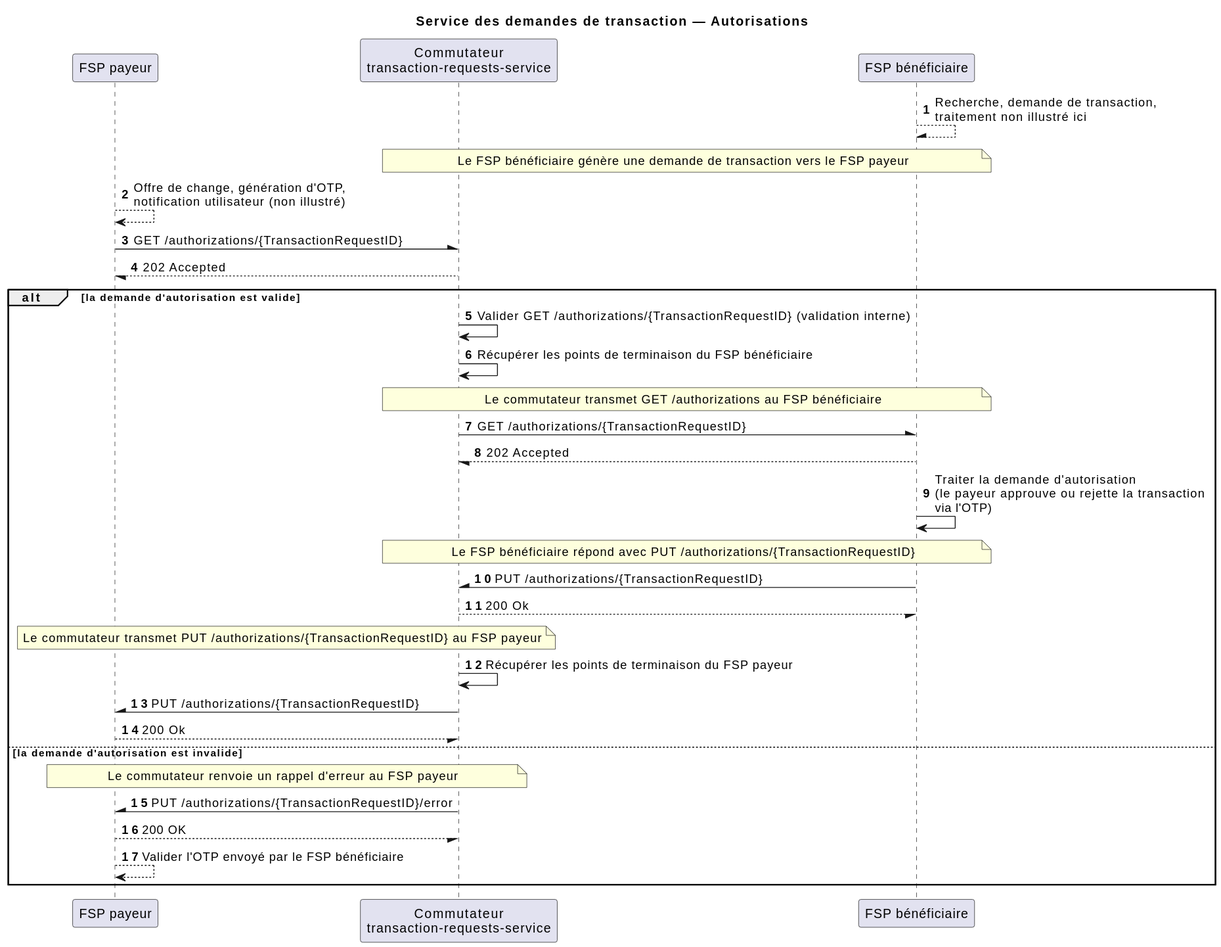
This is docs/fr/technical/technical/transaction-requests-service/assets/diagrams/sequence/seq-trx-req-authorizations-3.0.0.svg from mojaloop/documentation, a PlantUML export, as it was before one commit. Its source is kept beside it as docs/fr/technical/technical/transaction-requests-service/assets/diagrams/sequence/seq-trx-req-authorizations-3.0.0.plantuml. The source it was exported from:
```plantuml
@startuml
Title Service des demandes de transaction — Autorisations
participant "FSP payeur"
participant "Commutateur\ntransaction-requests-service" as Switch
participant "FSP bénéficiaire"

autonumber
"FSP bénéficiaire" --\ "FSP bénéficiaire": Recherche, demande de transaction,\ntraitement non illustré ici
note over "FSP bénéficiaire", Switch: Le FSP bénéficiaire génère une demande de transaction vers le FSP payeur
"FSP payeur" --> "FSP payeur": Offre de change, génération d'OTP,\nnotification utilisateur (non illustré)
"FSP payeur" -\ Switch: GET /authorizations/{TransactionRequestID}
Switch --/ "FSP payeur": 202 Accepted

alt la demande d'autorisation est valide

    Switch -> Switch: Valider GET /authorizations/{TransactionRequestID} (validation interne)
    Switch -> Switch: Récupérer les points de terminaison du FSP bénéficiaire
    note over Switch, "FSP bénéficiaire": Le commutateur transmet GET /authorizations au FSP bénéficiaire
    Switch -\ "FSP bénéficiaire": GET /authorizations/{TransactionRequestID}
    "FSP bénéficiaire" --/ Switch: 202 Accepted
    "FSP bénéficiaire" -> "FSP bénéficiaire": Traiter la demande d'autorisation\n(le payeur approuve ou rejette la transaction\nvia l'OTP)

    note over Switch, "FSP bénéficiaire": Le FSP bénéficiaire répond avec PUT /authorizations/{TransactionRequestID}
    "FSP bénéficiaire" -\ Switch: PUT /authorizations/{TransactionRequestID}
    Switch --/ "FSP bénéficiaire": 200 Ok

    note over "FSP payeur", Switch: Le commutateur transmet PUT /authorizations/{TransactionRequestID} au FSP payeur
    Switch -> Switch: Récupérer les points de terminaison du FSP payeur
    Switch -\ "FSP payeur": PUT /authorizations/{TransactionRequestID}
    "FSP payeur" --/ Switch: 200 Ok


else la demande d'autorisation est invalide
    note over "FSP payeur", Switch: Le commutateur renvoie un rappel d'erreur au FSP payeur
    Switch -\ "FSP payeur": PUT /authorizations/{TransactionRequestID}/error
    "FSP payeur" --/ Switch: 200 OK
    "FSP payeur" --> "FSP payeur": Valider l'OTP envoyé par le FSP bénéficiaire
end
@enduml
```
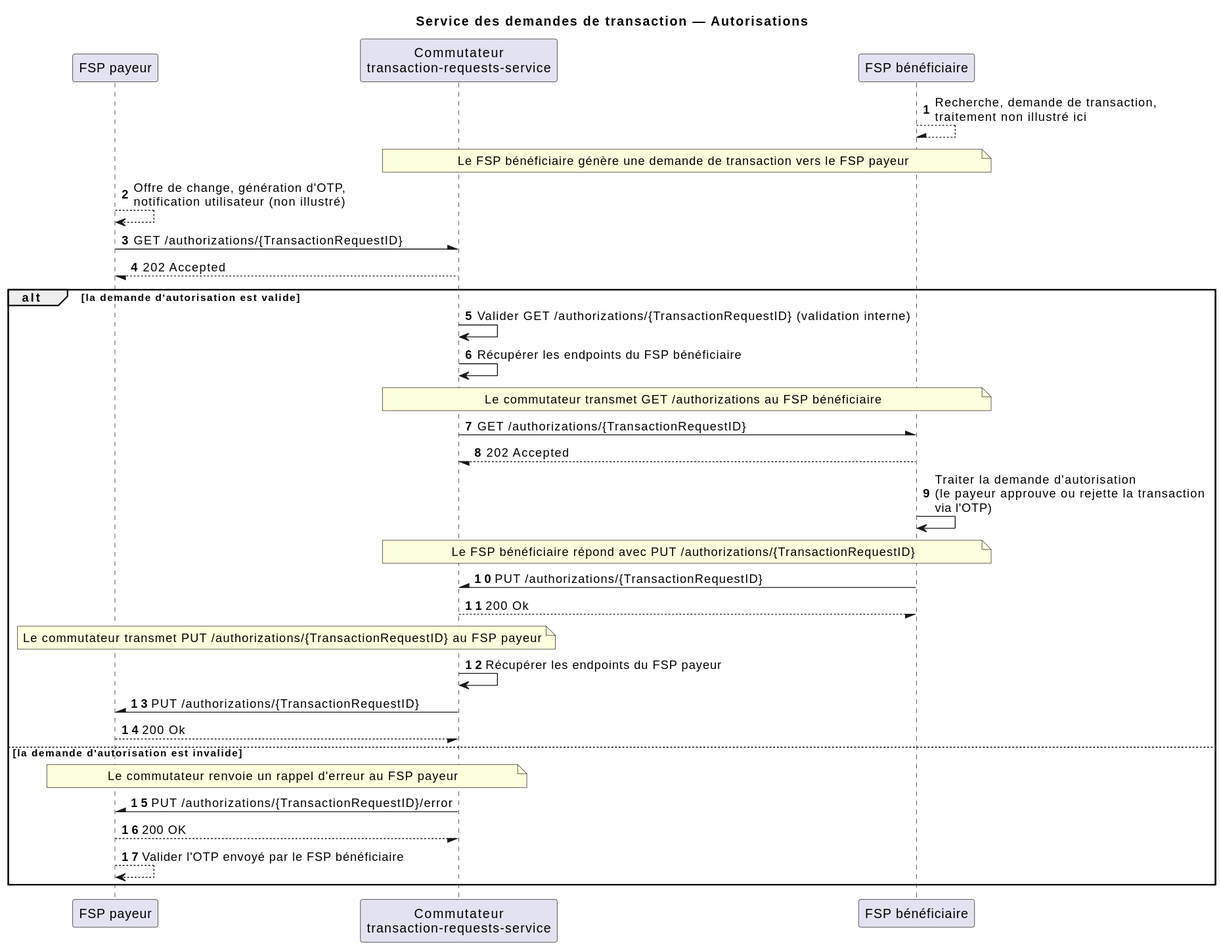
Later version of the same file.

What changed in the source:
```diff
@@ -14,7 +14,7 @@
 alt la demande d'autorisation est valide
 
     Switch -> Switch: Valider GET /authorizations/{TransactionRequestID} (validation interne)
-    Switch -> Switch: Récupérer les points de terminaison du FSP bénéficiaire
+    Switch -> Switch: Récupérer les endpoints du FSP bénéficiaire
     note over Switch, "FSP bénéficiaire": Le commutateur transmet GET /authorizations au FSP bénéficiaire
     Switch -\ "FSP bénéficiaire": GET /authorizations/{TransactionRequestID}
     "FSP bénéficiaire" --/ Switch: 202 Accepted
@@ -25,7 +25,7 @@
     Switch --/ "FSP bénéficiaire": 200 Ok
 
     note over "FSP payeur", Switch: Le commutateur transmet PUT /authorizations/{TransactionRequestID} au FSP payeur
-    Switch -> Switch: Récupérer les points de terminaison du FSP payeur
+    Switch -> Switch: Récupérer les endpoints du FSP payeur
     Switch -\ "FSP payeur": PUT /authorizations/{TransactionRequestID}
     "FSP payeur" --/ Switch: 200 Ok
 
```
